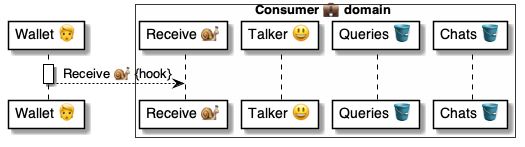
pollyweb-org/pollyweb-docs keeps this PlantUML diagram as 4 ⚙️ Solution/41 🎭 Domain Roles/Consumers 💼/💼🅰️ Consumer methods/Receive 🧑‍🦰🐌💼/💼 Receive ⚙️ uml.png. Above is the earlier version. Its source is kept beside it as 4 ⚙️ Solution/41 🎭 Domain Roles/Consumers 💼/💼🅰️ Consumer methods/Receive 🧑‍🦰🐌💼/💼 Receive ⚙️ uml.puml. Its diagram source:
```plantuml
@startuml Receive@Consumer

participant "Wallet 🧑" as wallet
box Consumer 💼 domain #FFFFFA
    participant "Receive 🐌" as consumer
    participant "Talker 😃" as talker
    participant "Queries 🪣" as queries
    participant "Chats 🪣" as chats
end box

activate wallet
    wallet --> consumer: Receive 🐌 {hook}
deactivate wallet

@enduml
```
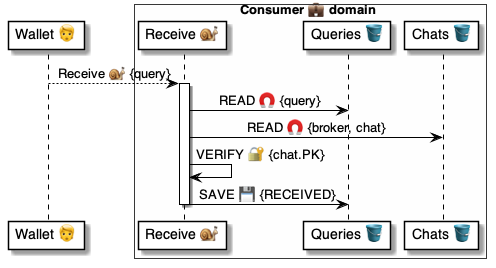
Above is the later version.

Diff of the diagram source:
```diff
@@ -3,13 +3,17 @@
 participant "Wallet 🧑" as wallet
 box Consumer 💼 domain #FFFFFA
     participant "Receive 🐌" as consumer
-    participant "Talker 😃" as talker
     participant "Queries 🪣" as queries
     participant "Chats 🪣" as chats
 end box
 
-activate wallet
-    wallet --> consumer: Receive 🐌 {hook}
-deactivate wallet
+wallet --> consumer: Receive 🐌 {query}
+
+activate consumer
+    consumer -> queries: READ 🧲 {query}
+    consumer -> chats: READ 🧲 {broker, chat}
+    consumer -> consumer: VERIFY 🔐 {chat.PK}
+    consumer -> queries: SAVE 💾 {RECEIVED}
+deactivate consumer
 
 @enduml
```
